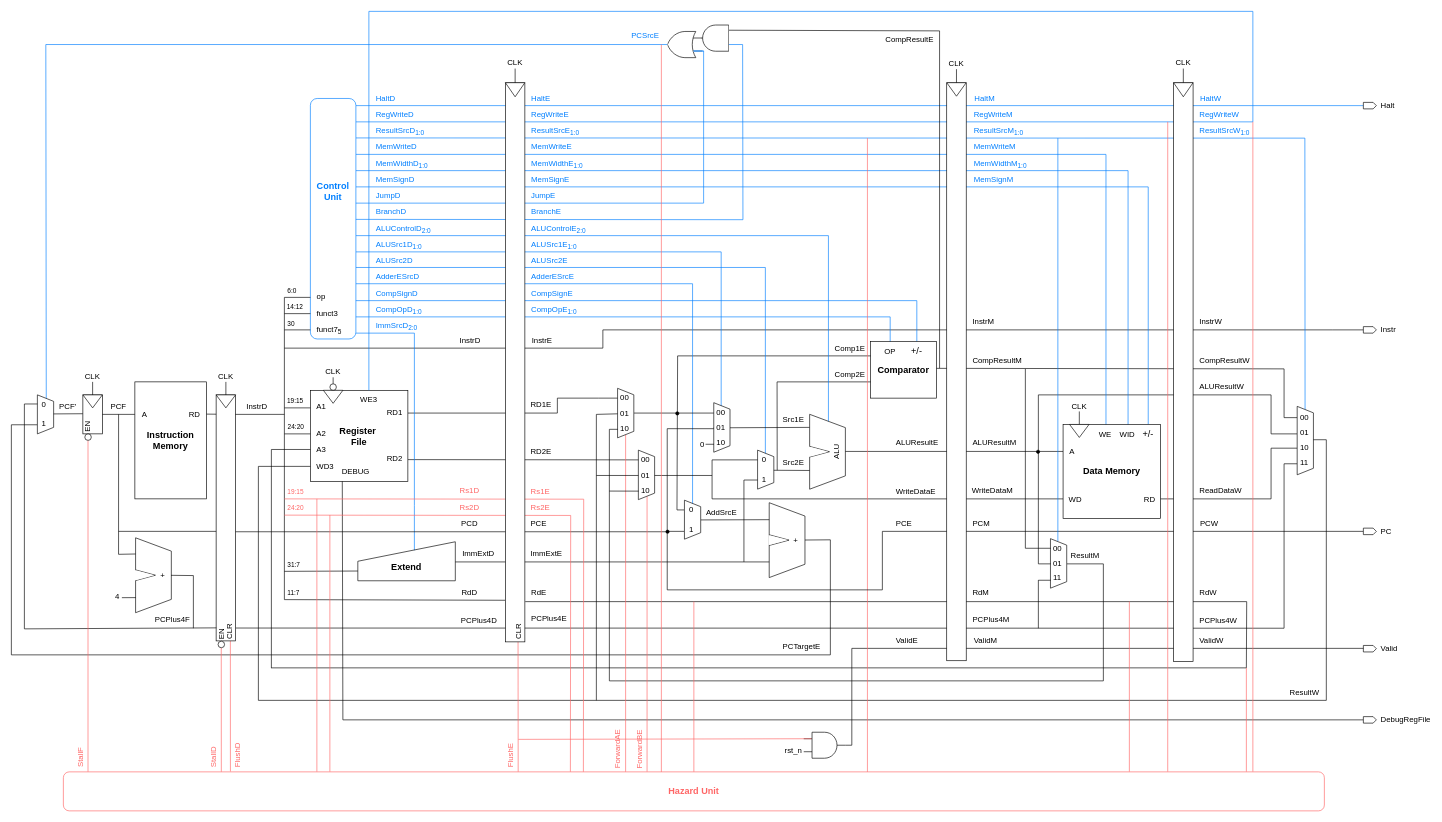
Above: .github/pipelined_cpu.drawio in niumuzhi2004/risc-v-uvc (draw.io), before the change. Source tidied: cells renumbered, new cells numbered last; positions are measured from the earlier drawing's top-left corner, leaving out a move shared by most shapes. Both pictures are drawn from the tidied source at 65%, with x=0, y=0 at pixel (11, 11).
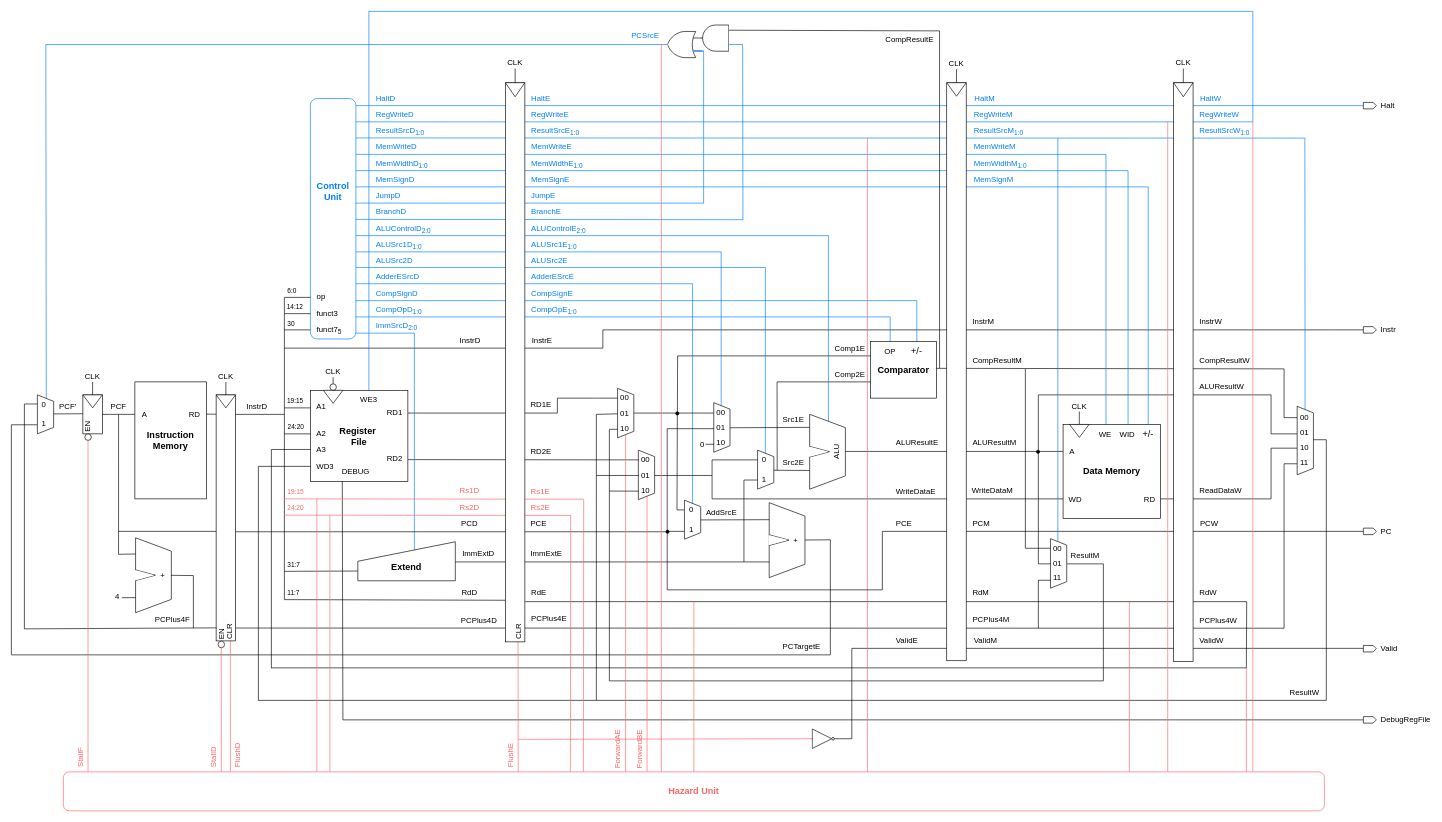
The same diagram, later.

Diff of the diagram source:
```diff
@@
+    <mxCell id="368" style="verticalLabelPosition=bottom;shadow=0;dashed=0;align=center;html=1;verticalAlign=top;shape=mxgraph.electrical.logic_gates.inverter_2;" parent="1" vertex="1">
+      <mxGeometry x="1223.6" y="1104" width="50" height="30" as="geometry" />
+    </mxCell>
-    <mxCell id="2" style="endArrow=none;html=1;rounded=0;exitX=1;exitY=0.5;exitDx=0;exitDy=0;exitPerimeter=0;edgeStyle=orthogonalEdgeStyle;" parent="1" edge="1" source="3">
+    <mxCell id="2" style="endArrow=none;html=1;rounded=0;exitX=1;exitY=0.5;exitDx=0;exitDy=0;exitPerimeter=0;edgeStyle=orthogonalEdgeStyle;" parent="1" edge="1" source="368">
       <mxGeometry relative="1" as="geometry">
         <mxPoint x="2082" y="980" as="targetPoint" />
         <Array as="points">
-          <mxPoint x="1293" y="1129" />
+          <mxPoint x="1293" y="1119" />
           <mxPoint x="1293" y="980" />
         </Array>
       </mxGeometry>
     </mxCell>
-    <mxCell id="3" style="verticalLabelPosition=bottom;shadow=0;dashed=0;align=center;html=1;verticalAlign=top;shape=mxgraph.electrical.logic_gates.logic_gate;operation=and;" parent="1" vertex="1">
-      <mxGeometry x="1219" y="1109" width="64" height="40" as="geometry" />
-    </mxCell>
-    <mxCell id="4" style="endArrow=none;html=1;rounded=0;strokeColor=light-dark(#FF6666,#FF6666);" parent="1" edge="1">
-      <mxGeometry relative="1" as="geometry">
-        <mxPoint x="780" y="1120" as="sourcePoint" />
-        <mxPoint x="1231" y="1119" as="targetPoint" />
-      </mxGeometry>
-    </mxCell>
@@
-    <mxCell id="363" value="rst_n" style="text;html=1;whiteSpace=wrap;strokeColor=none;fillColor=none;align=left;verticalAlign=middle;rounded=0;" parent="1" vertex="1">
-      <mxGeometry x="1188" y="1123" width="60" height="30" as="geometry" />
-    </mxCell>
@@
+    <mxCell id="369" style="rounded=0;whiteSpace=wrap;html=1;strokeColor=none;" parent="1" vertex="1">
+      <mxGeometry x="1201" y="1105" width="30" height="30" as="geometry" />
+    </mxCell>
+    <mxCell id="4" style="endArrow=none;html=1;rounded=0;strokeColor=light-dark(#FF6666,#FF6666);" parent="1" edge="1">
+      <mxGeometry relative="1" as="geometry">
+        <mxPoint x="780" y="1120" as="sourcePoint" />
+        <mxPoint x="1231" y="1119" as="targetPoint" />
+      </mxGeometry>
+    </mxCell>
```
